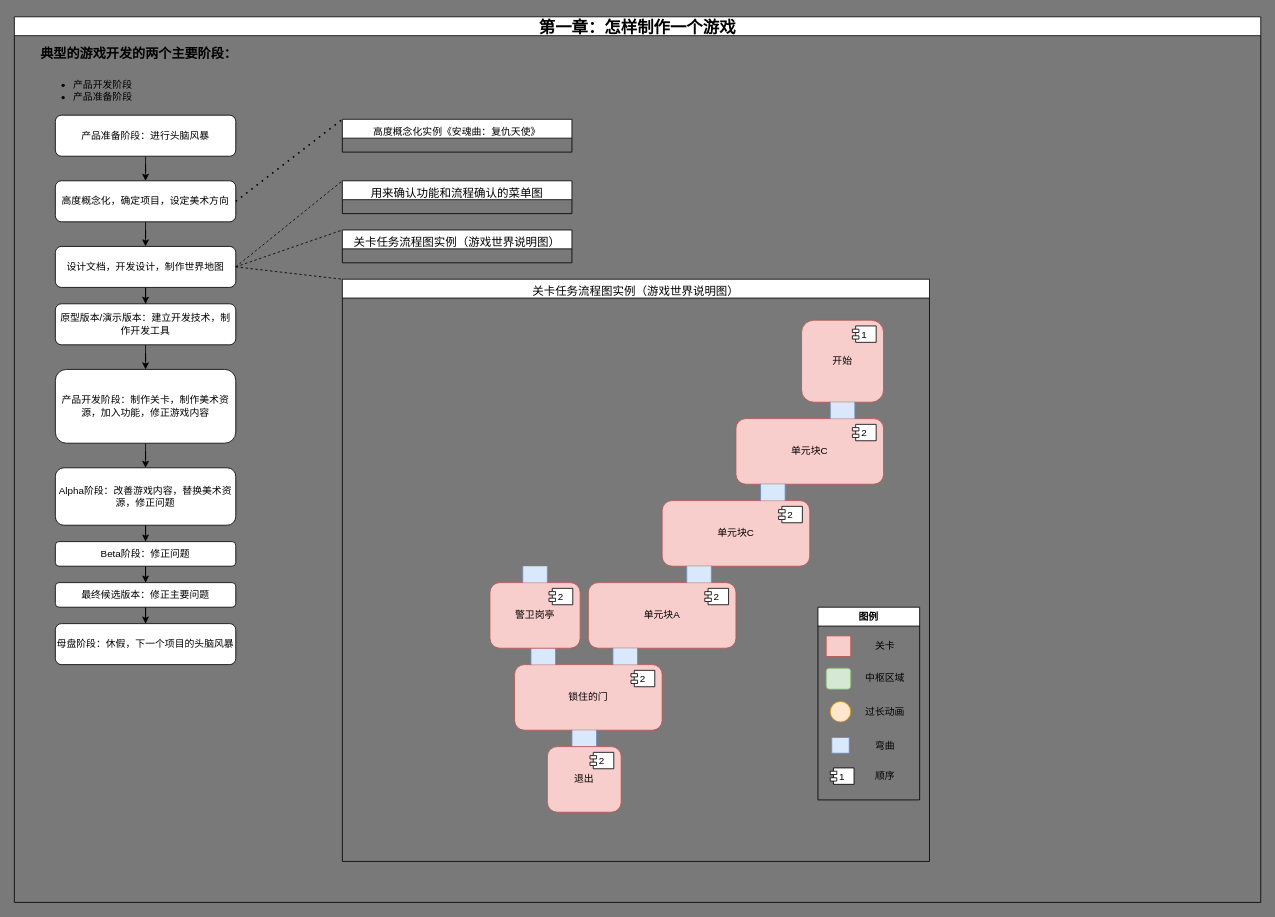
MagicWord-cmd/MyBookMark keeps this draw.io diagram as 游戏关卡设计读书笔记.drawio. Above is the earlier version. Source tidied: cells renumbered, new cells numbered last; positions are measured from the earlier drawing's top-left corner, leaving out a move shared by most shapes. Both pictures are drawn from the tidied source at 82%, with x=0, y=0 at pixel (14, 16).
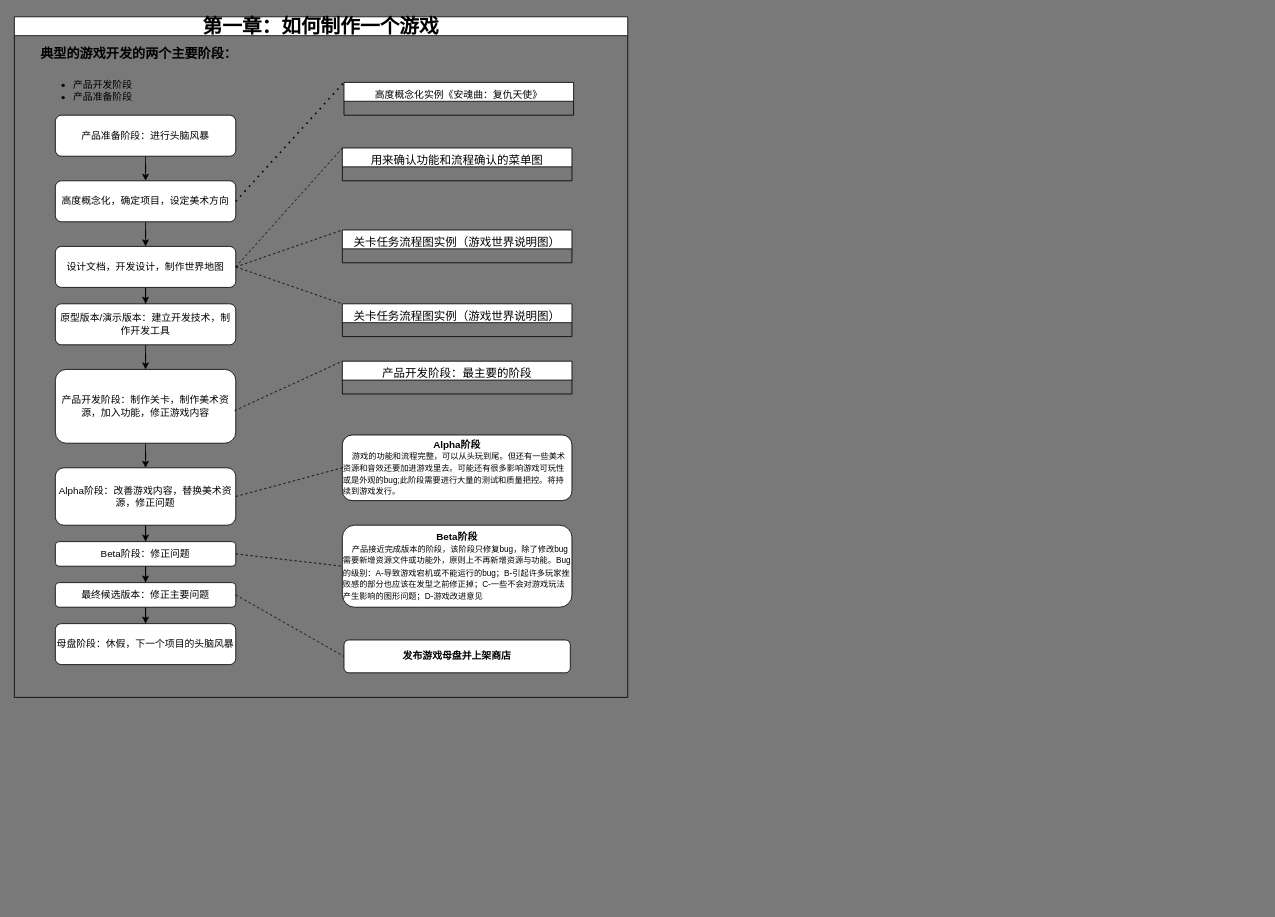
After the change.

Commit message:
更新游戏关卡设计读书笔记.drawio

The change refers to these unchanged cells:
```xml
<mxCell id="8" value="高度概念化，确定项目，设定美术方向" style="whiteSpace=wrap;html=1;rounded=1;" parent="2" vertex="1">
  <mxGeometry x="50" y="200" width="220" height="50" as="geometry" />
</mxCell>
<mxCell id="10" value="设计文档，开发设计，制作世界地图" style="whiteSpace=wrap;html=1;rounded=1;" parent="2" vertex="1">
  <mxGeometry x="50" y="280" width="220" height="50" as="geometry" />
</mxCell>
<mxCell id="14" value="产品开发阶段：制作关卡，制作美术资源，加入功能，修正游戏内容" style="whiteSpace=wrap;html=1;rounded=1;" parent="2" vertex="1">
  <mxGeometry x="50" y="430" width="220" height="90" as="geometry" />
</mxCell>
<mxCell id="16" value="Alpha阶段：改善游戏内容，替换美术资源，修正问题" style="whiteSpace=wrap;html=1;rounded=1;" parent="2" vertex="1">
  <mxGeometry x="50" y="550" width="220" height="70" as="geometry" />
</mxCell>
<mxCell id="18" value="Beta阶段：修正问题" style="whiteSpace=wrap;html=1;rounded=1;" parent="2" vertex="1">
  <mxGeometry x="50" y="640" width="220" height="30" as="geometry" />
</mxCell>
<mxCell id="20" value="最终候选版本：修正主要问题" style="whiteSpace=wrap;html=1;rounded=1;" parent="2" vertex="1">
  <mxGeometry x="50" y="690" width="220" height="30" as="geometry" />
</mxCell>
```

The edit, as a diff of the source:
```diff
@@
-    <mxCell id="2" value="&lt;font style=&quot;font-size: 20px;&quot;&gt;第一章：怎样制作一个游戏&lt;/font&gt;" style="swimlane;whiteSpace=wrap;html=1;fontSize=24;" parent="1" vertex="1">
-      <mxGeometry width="1520" height="1080" as="geometry" />
+    <mxCell id="2" value="第一章：如何制作一个游戏" style="swimlane;whiteSpace=wrap;html=1;fontSize=24;strokeColor=default;" parent="1" vertex="1">
+      <mxGeometry width="748" height="830" as="geometry" />
     </mxCell>
@@
-    <mxCell id="22" style="endArrow=none;dashed=1;html=1;dashPattern=1 3;strokeWidth=2;rounded=0;exitX=1;exitY=0.5;exitDx=0;exitDy=0;entryX=0;entryY=0;entryDx=0;entryDy=0;" parent="2" edge="1" source="8" target="23">
-      <mxGeometry relative="1" as="geometry" />
-    </mxCell>
-    <mxCell id="23" value="&lt;span style=&quot;font-size: 12px; font-weight: 400; text-align: left;&quot;&gt;高度概念化实例《安魂曲：复仇天使》&lt;/span&gt;" style="swimlane;whiteSpace=wrap;html=1;fontSize=24;startSize=23;" parent="2" vertex="1" collapsed="1">
-      <mxGeometry x="400" y="125" width="280" height="40" as="geometry" />
-    </mxCell>
-    <mxCell id="24" value="&lt;div style=&quot;&quot;&gt;&lt;span style=&quot;font-size: 14px; font-weight: 400;&quot;&gt;用来确认功能和流程确认的菜单图&lt;/span&gt;&lt;/div&gt;" style="swimlane;whiteSpace=wrap;html=1;fontSize=24;startSize=23;align=center;" parent="2" vertex="1" collapsed="1">
-      <mxGeometry x="400" y="200" width="280" height="40" as="geometry" />
-    </mxCell>
-    <mxCell id="25" style="endArrow=none;dashed=1;html=1;rounded=0;exitX=1;exitY=0.5;exitDx=0;exitDy=0;entryX=0;entryY=0;entryDx=0;entryDy=0;" parent="2" edge="1" source="10" target="24">
-      <mxGeometry relative="1" as="geometry" />
-    </mxCell>
@@
-    <mxCell id="29" value="&lt;div style=&quot;&quot;&gt;&lt;span style=&quot;font-size: 14px; font-weight: 400;&quot;&gt;关卡任务流程图实例（游戏世界说明图）&lt;/span&gt;&lt;/div&gt;" style="swimlane;whiteSpace=wrap;html=1;fontSize=24;startSize=23;align=center;" parent="2" vertex="1">
-      <mxGeometry x="400" y="320" width="716" height="710" as="geometry" />
+    <mxCell id="29" value="&lt;div style=&quot;&quot;&gt;&lt;span style=&quot;font-size: 14px; font-weight: 400;&quot;&gt;关卡任务流程图实例（游戏世界说明图）&lt;/span&gt;&lt;/div&gt;" style="swimlane;whiteSpace=wrap;html=1;fontSize=24;startSize=23;align=center;direction=east;" parent="2" vertex="1" collapsed="1">
+      <mxGeometry x="400" y="350" width="280" height="40" as="geometry" />
     </mxCell>
-    <mxCell id="30" value="开始" style="html=1;whiteSpace=wrap;rounded=1;fillColor=#f8cecc;strokeColor=#b85450;" parent="29" vertex="1">
-      <mxGeometry x="560" y="50" width="100" height="100" as="geometry" />
-    </mxCell>
-    <mxCell id="31" value="1" style="shape=module;jettyWidth=8;jettyHeight=4;" parent="30" vertex="1">
-      <mxGeometry x="1" width="29" height="20" relative="1" as="geometry">
-        <mxPoint x="-38" y="7" as="offset" />
-      </mxGeometry>
-    </mxCell>
-    <mxCell id="32" value="图例" style="swimlane;" parent="29" vertex="1">
-      <mxGeometry x="580" y="400" width="124" height="235" as="geometry" />
-    </mxCell>
-    <mxCell id="33" style="rounded=1;whiteSpace=wrap;html=1;fillColor=#d5e8d4;strokeColor=#82b366;" parent="32" vertex="1">
-      <mxGeometry x="10" y="74.4" width="30" height="25.6" as="geometry" />
-    </mxCell>
-    <mxCell id="34" style="rounded=0;whiteSpace=wrap;html=1;fillColor=#f8cecc;strokeColor=#b85450;" parent="32" vertex="1">
-      <mxGeometry x="10" y="35" width="30" height="25" as="geometry" />
-    </mxCell>
-    <mxCell id="35" value="关卡" style="text;html=1;align=center;verticalAlign=middle;whiteSpace=wrap;rounded=0;" parent="32" vertex="1">
-      <mxGeometry x="52" y="32.5" width="60" height="30" as="geometry" />
-    </mxCell>
-    <mxCell id="36" value="中枢区域" style="text;html=1;align=center;verticalAlign=middle;whiteSpace=wrap;rounded=0;" parent="32" vertex="1">
-      <mxGeometry x="52" y="72.2" width="60" height="30" as="geometry" />
-    </mxCell>
-    <mxCell id="37" style="ellipse;whiteSpace=wrap;html=1;fillColor=#ffe6cc;strokeColor=#d79b00;" parent="32" vertex="1">
-      <mxGeometry x="15" y="115" width="25" height="25" as="geometry" />
-    </mxCell>
-    <mxCell id="38" value="过长动画" style="text;html=1;align=center;verticalAlign=middle;whiteSpace=wrap;rounded=0;" parent="32" vertex="1">
-      <mxGeometry x="52" y="112.5" width="60" height="30" as="geometry" />
-    </mxCell>
-    <mxCell id="39" style="rounded=0;whiteSpace=wrap;html=1;fillColor=#dae8fc;strokeColor=#6c8ebf;" parent="32" vertex="1">
-      <mxGeometry x="16.9" y="159" width="21.2" height="19" as="geometry" />
-    </mxCell>
-    <mxCell id="40" value="弯曲" style="text;html=1;align=center;verticalAlign=middle;whiteSpace=wrap;rounded=0;" parent="32" vertex="1">
-      <mxGeometry x="52" y="153.5" width="60" height="30" as="geometry" />
-    </mxCell>
-    <mxCell id="41" value="1" style="shape=module;jettyWidth=8;jettyHeight=4;rounded=0;strokeColor=default;align=center;verticalAlign=middle;fontFamily=Helvetica;fontSize=12;fontColor=default;fillColor=default;" parent="32" vertex="1">
-      <mxGeometry x="15" y="196" width="29" height="20" as="geometry" />
-    </mxCell>
-    <mxCell id="42" value="顺序" style="text;html=1;align=center;verticalAlign=middle;whiteSpace=wrap;rounded=0;" parent="32" vertex="1">
-      <mxGeometry x="52" y="191" width="60" height="30" as="geometry" />
-    </mxCell>
-    <mxCell id="43" value="单元块C" style="html=1;whiteSpace=wrap;rounded=1;fillColor=#f8cecc;strokeColor=#b85450;" parent="29" vertex="1">
-      <mxGeometry x="480" y="170" width="180" height="80" as="geometry" />
-    </mxCell>
-    <mxCell id="44" value="2" style="shape=module;jettyWidth=8;jettyHeight=4;" parent="43" vertex="1">
-      <mxGeometry x="1" width="29" height="20" relative="1" as="geometry">
-        <mxPoint x="-38" y="7" as="offset" />
-      </mxGeometry>
-    </mxCell>
-    <mxCell id="45" style="shape=partialRectangle;whiteSpace=wrap;html=1;top=0;bottom=0;fillColor=#dae8fc;strokeColor=#6c8ebf;" parent="29" vertex="1">
-      <mxGeometry x="595" y="150" width="30" height="20" as="geometry" />
-    </mxCell>
-    <mxCell id="46" value="单元块C" style="html=1;whiteSpace=wrap;rounded=1;fillColor=#f8cecc;strokeColor=#b85450;" parent="29" vertex="1">
-      <mxGeometry x="390" y="270" width="180" height="80" as="geometry" />
-    </mxCell>
-    <mxCell id="47" value="2" style="shape=module;jettyWidth=8;jettyHeight=4;" parent="46" vertex="1">
-      <mxGeometry x="1" width="29" height="20" relative="1" as="geometry">
-        <mxPoint x="-38" y="7" as="offset" />
-      </mxGeometry>
-    </mxCell>
-    <mxCell id="48" style="shape=partialRectangle;whiteSpace=wrap;html=1;top=0;bottom=0;fillColor=#dae8fc;strokeColor=#6c8ebf;" parent="29" vertex="1">
-      <mxGeometry x="510" y="250" width="30" height="20" as="geometry" />
-    </mxCell>
-    <mxCell id="49" value="单元块A" style="html=1;whiteSpace=wrap;rounded=1;fillColor=#f8cecc;strokeColor=#b85450;" parent="29" vertex="1">
-      <mxGeometry x="300" y="370" width="180" height="80" as="geometry" />
-    </mxCell>
-    <mxCell id="50" value="2" style="shape=module;jettyWidth=8;jettyHeight=4;" parent="49" vertex="1">
-      <mxGeometry x="1" width="29" height="20" relative="1" as="geometry">
-        <mxPoint x="-38" y="7" as="offset" />
-      </mxGeometry>
-    </mxCell>
-    <mxCell id="51" style="shape=partialRectangle;whiteSpace=wrap;html=1;top=0;bottom=0;fillColor=#dae8fc;strokeColor=#6c8ebf;" parent="29" vertex="1">
-      <mxGeometry x="420" y="350" width="30" height="20" as="geometry" />
-    </mxCell>
-    <mxCell id="52" value="锁住的门" style="html=1;whiteSpace=wrap;rounded=1;fillColor=#f8cecc;strokeColor=#b85450;" parent="29" vertex="1">
-      <mxGeometry x="210" y="470" width="180" height="80" as="geometry" />
-    </mxCell>
-    <mxCell id="53" value="2" style="shape=module;jettyWidth=8;jettyHeight=4;" parent="52" vertex="1">
-      <mxGeometry x="1" width="29" height="20" relative="1" as="geometry">
-        <mxPoint x="-38" y="7" as="offset" />
-      </mxGeometry>
-    </mxCell>
-    <mxCell id="54" style="shape=partialRectangle;whiteSpace=wrap;html=1;top=0;bottom=0;fillColor=#dae8fc;strokeColor=#6c8ebf;" parent="29" vertex="1">
-      <mxGeometry x="330" y="450" width="30" height="20" as="geometry" />
-    </mxCell>
-    <mxCell id="55" style="shape=partialRectangle;whiteSpace=wrap;html=1;top=0;bottom=0;fillColor=#dae8fc;strokeColor=#6c8ebf;" parent="29" vertex="1">
-      <mxGeometry x="230" y="450" width="30" height="20" as="geometry" />
-    </mxCell>
-    <mxCell id="56" value="警卫岗亭" style="html=1;whiteSpace=wrap;rounded=1;fillColor=#f8cecc;strokeColor=#b85450;" parent="29" vertex="1">
-      <mxGeometry x="180" y="370" width="110" height="80" as="geometry" />
-    </mxCell>
-    <mxCell id="57" value="2" style="shape=module;jettyWidth=8;jettyHeight=4;" parent="56" vertex="1">
-      <mxGeometry x="1" width="29" height="20" relative="1" as="geometry">
-        <mxPoint x="-38" y="7" as="offset" />
-      </mxGeometry>
-    </mxCell>
-    <mxCell id="58" style="shape=partialRectangle;whiteSpace=wrap;html=1;top=0;bottom=0;fillColor=#dae8fc;strokeColor=#6c8ebf;" parent="29" vertex="1">
-      <mxGeometry x="280" y="550" width="30" height="20" as="geometry" />
-    </mxCell>
-    <mxCell id="59" value="退出" style="html=1;whiteSpace=wrap;rounded=1;fillColor=#f8cecc;strokeColor=#b85450;" parent="29" vertex="1">
-      <mxGeometry x="250" y="570" width="90" height="80" as="geometry" />
-    </mxCell>
-    <mxCell id="60" value="2" style="shape=module;jettyWidth=8;jettyHeight=4;" parent="59" vertex="1">
-      <mxGeometry x="1" width="29" height="20" relative="1" as="geometry">
-        <mxPoint x="-38" y="7" as="offset" />
-      </mxGeometry>
-    </mxCell>
-    <mxCell id="61" style="shape=partialRectangle;whiteSpace=wrap;html=1;top=0;bottom=0;fillColor=#dae8fc;strokeColor=#6c8ebf;" parent="29" vertex="1">
-      <mxGeometry x="220" y="350" width="30" height="20" as="geometry" />
-    </mxCell>
+    <mxCell id="62" value="&lt;div style=&quot;&quot;&gt;&lt;span style=&quot;font-size: 14px; font-weight: 400;&quot;&gt;产品开发阶段：最主要的阶段&lt;/span&gt;&lt;/div&gt;" style="swimlane;whiteSpace=wrap;html=1;fontSize=24;startSize=23;align=center;direction=east;" parent="2" vertex="1" collapsed="1">
+      <mxGeometry x="400" y="420" width="280" height="40" as="geometry" />
+    </mxCell>
+    <mxCell id="63" style="endArrow=none;dashed=1;html=1;rounded=0;exitX=0.993;exitY=0.559;exitDx=0;exitDy=0;exitPerimeter=0;entryX=0;entryY=0;entryDx=0;entryDy=0;" parent="2" edge="1" source="14" target="62">
+      <mxGeometry relative="1" as="geometry" />
+    </mxCell>
+    <mxCell id="64" value="&lt;b&gt;Alpha阶段&lt;/b&gt;&lt;br&gt;&lt;div style=&quot;text-align: left;&quot;&gt;&lt;font style=&quot;font-size: 10px;&quot;&gt;&amp;nbsp; &amp;nbsp; 游戏的功能和流程完整，可以从头玩到尾。但还有一些美术资源和音效还要加进游戏里去。可能还有很多影响游戏可玩性或是外观的bug;此阶段需要进行大量的测试和质量把控。将持续到游戏发行。&lt;/font&gt;&lt;/div&gt;" style="rounded=1;whiteSpace=wrap;html=1;" parent="2" vertex="1">
+      <mxGeometry x="400" y="510" width="280" height="80" as="geometry" />
+    </mxCell>
+    <mxCell id="65" value="&lt;b&gt;Beta阶段&lt;/b&gt;&lt;br&gt;&lt;div style=&quot;text-align: left;&quot;&gt;&lt;font style=&quot;font-size: 10px;&quot;&gt;&amp;nbsp; &amp;nbsp; 产品接近完成版本的阶段，该阶段只修复bug，除了修改bug需要新增资源文件或功能外，原则上不再新增资源与功能。Bug的级别：A-导致游戏宕机或不能运行的bug；B-引起许多玩家挫败感的部分也应该在发型之前修正掉；C-一些不会对游戏玩法产生影响的图形问题；D-游戏改进意见&lt;/font&gt;&lt;/div&gt;" style="rounded=1;whiteSpace=wrap;html=1;" parent="2" vertex="1">
+      <mxGeometry x="400" y="620" width="280" height="100" as="geometry" />
+    </mxCell>
+    <mxCell id="66" value="&lt;b&gt;发布游戏母盘并上架商店&lt;/b&gt;" style="rounded=1;whiteSpace=wrap;html=1;" parent="2" vertex="1">
+      <mxGeometry x="402" y="760" width="276" height="40" as="geometry" />
+    </mxCell>
+    <mxCell id="67" style="endArrow=none;dashed=1;html=1;rounded=0;entryX=0;entryY=0.5;entryDx=0;entryDy=0;exitX=1;exitY=0.5;exitDx=0;exitDy=0;" parent="2" edge="1" source="16" target="64">
+      <mxGeometry relative="1" as="geometry" />
+    </mxCell>
+    <mxCell id="68" style="endArrow=none;dashed=1;html=1;rounded=0;exitX=1;exitY=0.5;exitDx=0;exitDy=0;entryX=0;entryY=0.5;entryDx=0;entryDy=0;" parent="2" edge="1" source="18" target="65">
+      <mxGeometry relative="1" as="geometry" />
+    </mxCell>
+    <mxCell id="69" style="endArrow=none;dashed=1;html=1;rounded=0;exitX=1;exitY=0.5;exitDx=0;exitDy=0;entryX=0;entryY=0.5;entryDx=0;entryDy=0;" parent="2" edge="1" source="20" target="66">
+      <mxGeometry relative="1" as="geometry" />
+    </mxCell>
+    <mxCell id="23" value="&lt;span style=&quot;font-size: 12px; font-weight: 400; text-align: left;&quot;&gt;高度概念化实例《安魂曲：复仇天使》&lt;/span&gt;" style="swimlane;whiteSpace=wrap;html=1;fontSize=24;startSize=23;" parent="2" vertex="1" collapsed="1">
+      <mxGeometry x="402" y="80" width="280" height="40" as="geometry" />
+    </mxCell>
+    <mxCell id="22" style="endArrow=none;dashed=1;html=1;dashPattern=1 3;strokeWidth=2;rounded=0;exitX=1;exitY=0.5;exitDx=0;exitDy=0;entryX=0;entryY=0;entryDx=0;entryDy=0;" parent="2" edge="1" source="8" target="23">
+      <mxGeometry relative="1" as="geometry" />
+    </mxCell>
+    <mxCell id="24" value="&lt;div style=&quot;&quot;&gt;&lt;span style=&quot;font-size: 14px; font-weight: 400;&quot;&gt;用来确认功能和流程确认的菜单图&lt;/span&gt;&lt;/div&gt;" style="swimlane;whiteSpace=wrap;html=1;fontSize=24;startSize=23;align=center;" parent="2" vertex="1" collapsed="1">
+      <mxGeometry x="400" y="160" width="280" height="40" as="geometry" />
+    </mxCell>
+    <mxCell id="25" style="endArrow=none;dashed=1;html=1;rounded=0;exitX=1;exitY=0.5;exitDx=0;exitDy=0;entryX=0;entryY=0;entryDx=0;entryDy=0;" parent="2" edge="1" source="10" target="24">
+      <mxGeometry relative="1" as="geometry" />
+    </mxCell>
```
